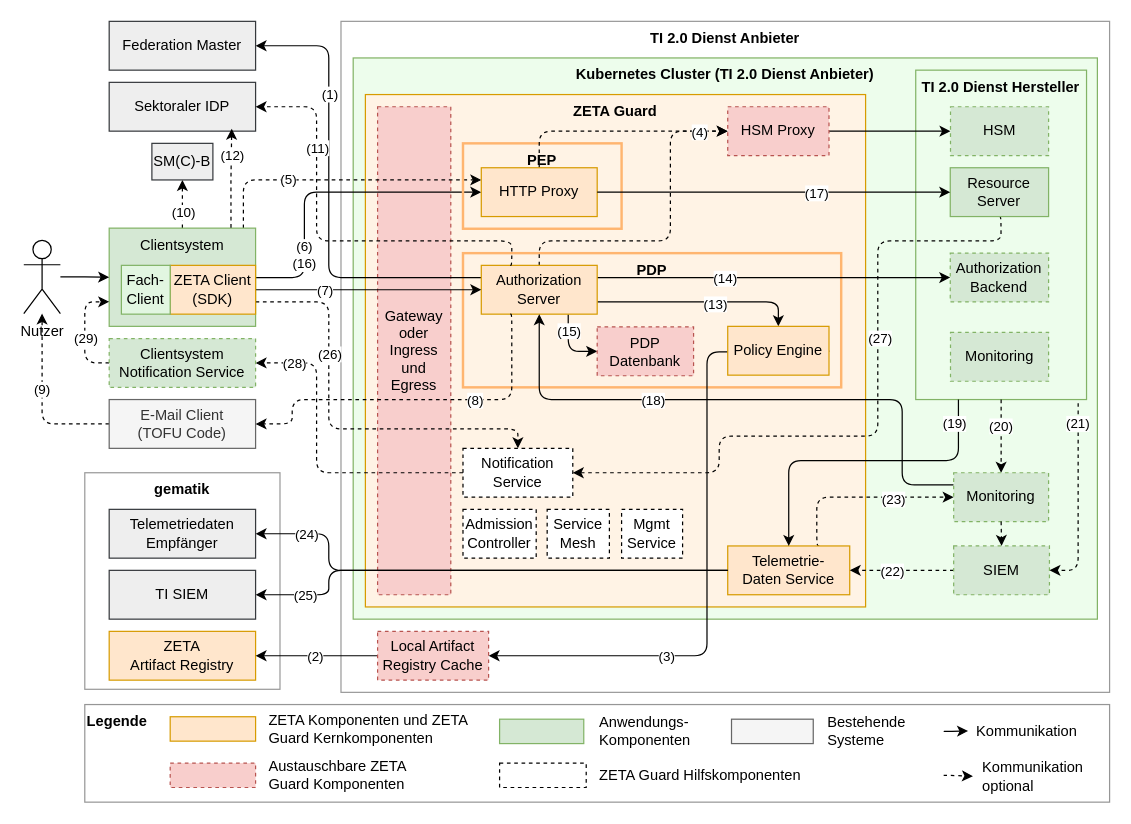
This is src/drawio/Zero-Trust-Architektur.drawio from gematik/zeta, a draw.io file, before an edit. Source tidied: cells renumbered, new cells numbered last; positions are measured from the earlier drawing's top-left corner, leaving out a move shared by most shapes. Both pictures are drawn from the tidied source at 122%, with x=0, y=0 at pixel (23, 21).
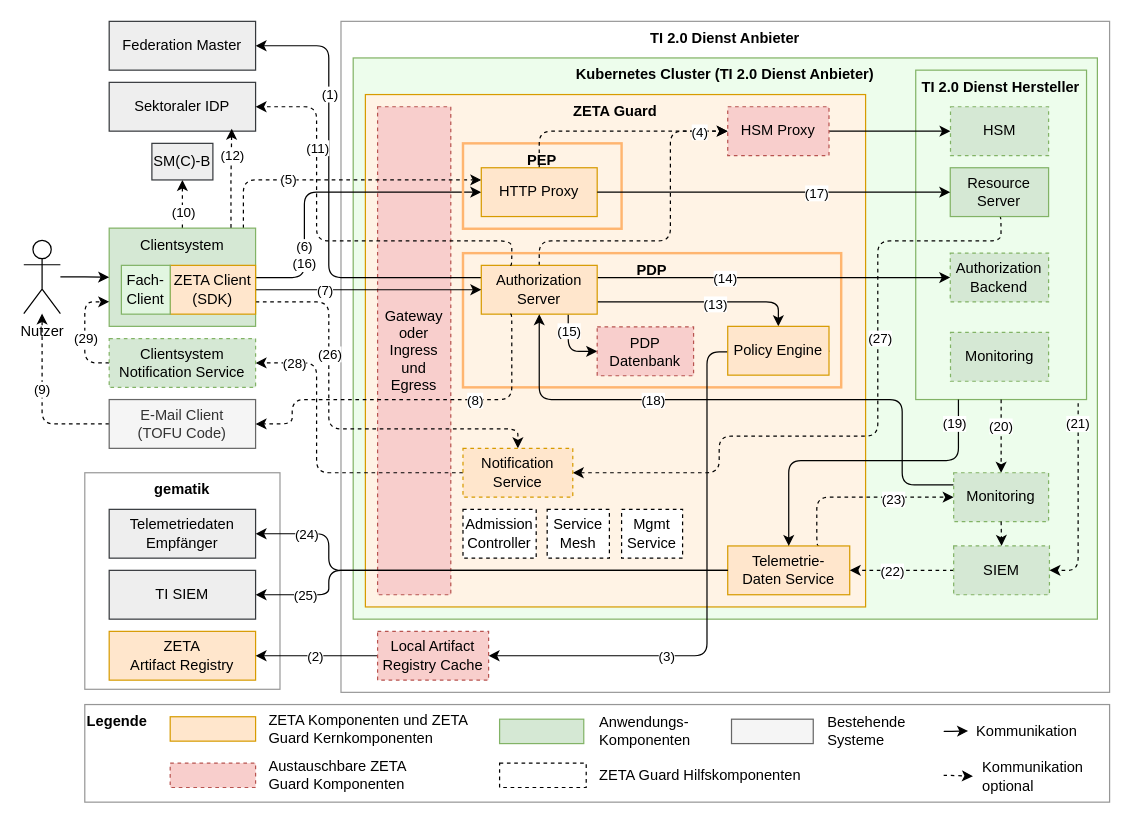
The same page after the edit.

Commit message:
style: add fill and stroke color to Notification Service box in diagram

What changed in the source:
```diff
@@
-    <mxCell id="94" value="&lt;div&gt;Notification Service&lt;/div&gt;" style="rounded=0;whiteSpace=wrap;html=1;dashed=1;" parent="1" vertex="1">
+    <mxCell id="94" value="&lt;div&gt;Notification Service&lt;/div&gt;" style="rounded=0;whiteSpace=wrap;html=1;dashed=1;fillColor=#ffe6cc;strokeColor=#d79b00;" parent="1" vertex="1">
       <mxGeometry x="360" y="350" width="90" height="40" as="geometry" />
     </mxCell>
```
